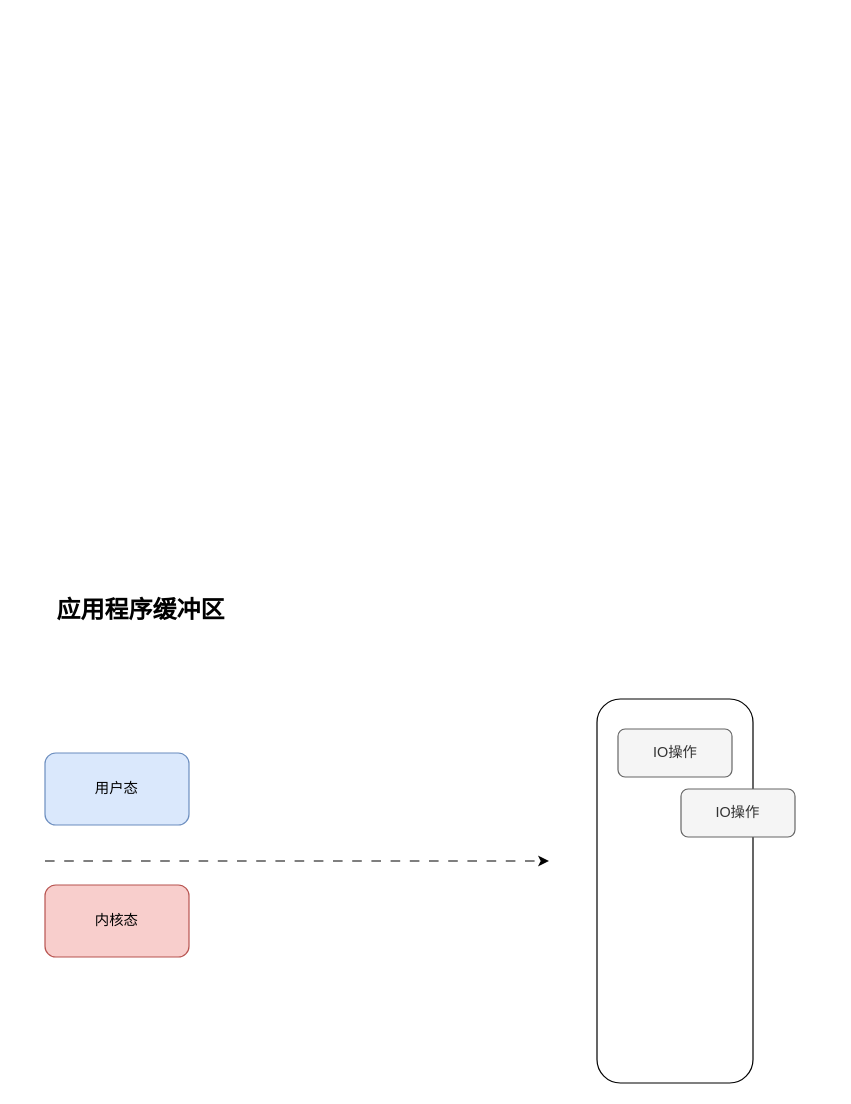
This is page "Page-1" (1 of 7) of 未命名绘图.drawio from nayouzhenai/java_web, a draw.io file, before an edit. Source tidied: cells renumbered, new cells numbered last; positions are measured from the earlier drawing's top-left corner, leaving out a move shared by most shapes. Both pictures are drawn from the tidied source at 120%, with x=0, y=0 at pixel (20, 584).
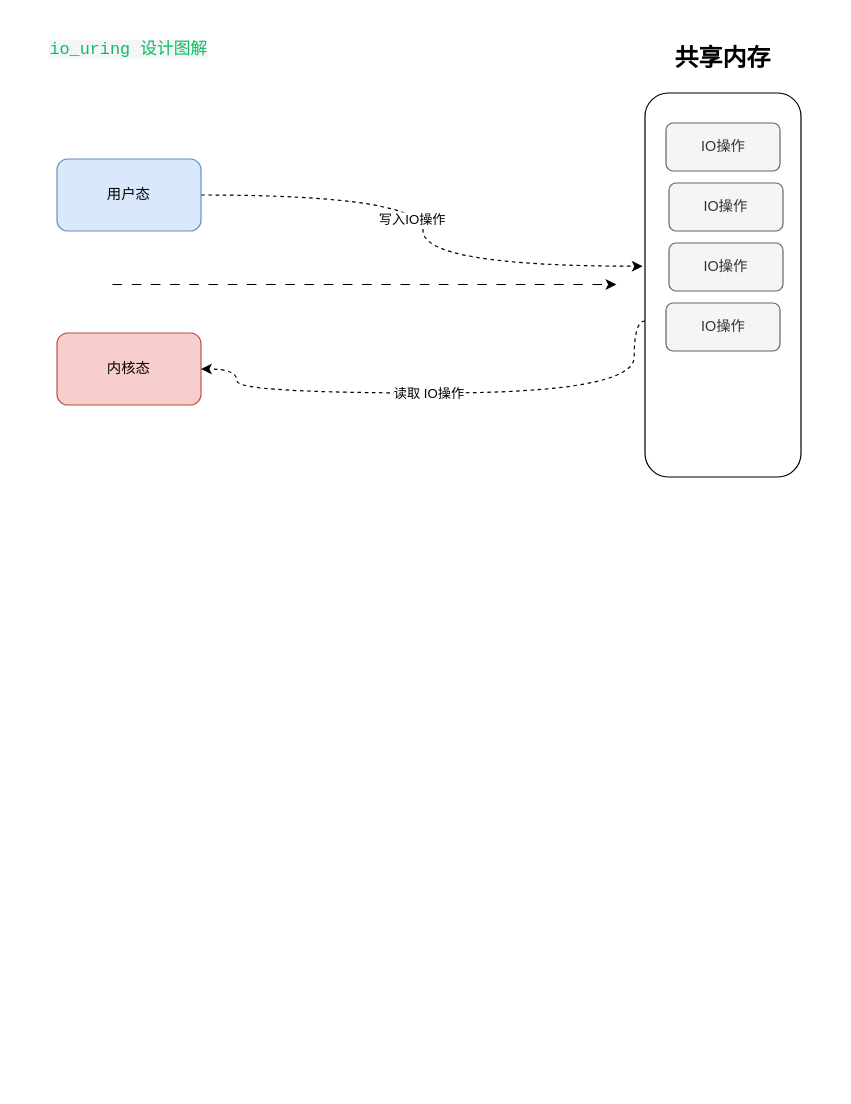
The same page after the edit.

Commit message (it also covers changes not shown here):
更新未命名绘图.drawio

The edit, as a diff of the source:
```diff
@@
 <mxGraphModel>
   <root>
     <mxCell id="0" />
     <mxCell id="1" parent="0" />
-    <mxCell id="2" value="应用程序缓冲区" style="text;html=1;strokeColor=none;fillColor=none;align=center;verticalAlign=middle;whiteSpace=wrap;rounded=0;fontSize=20;fontStyle=1;" parent="1" vertex="1">
-      <mxGeometry width="200" height="40" as="geometry" />
+    <mxCell id="2" value="共享内存" style="text;html=1;strokeColor=none;fillColor=none;align=center;verticalAlign=middle;whiteSpace=wrap;rounded=0;fontSize=20;fontStyle=1;" parent="1" vertex="1">
+      <mxGeometry x="496.2" y="-460" width="177.5" height="40" as="geometry" />
     </mxCell>
     <mxCell id="3" style="endArrow=classic;html=1;rounded=0;dashed=1;dashPattern=8 8;" parent="1" edge="1">
       <mxGeometry relative="1" as="geometry">
-        <mxPoint x="20" y="230" as="sourcePoint" />
-        <mxPoint x="440" y="230" as="targetPoint" />
+        <mxPoint x="76.2" y="-250.4" as="sourcePoint" />
+        <mxPoint x="496.2" y="-250.4" as="targetPoint" />
       </mxGeometry>
     </mxCell>
+    <mxCell id="9" style="edgeStyle=orthogonalEdgeStyle;rounded=0;jettySize=auto;html=1;exitX=1;exitY=0.5;exitDx=0;exitDy=0;entryX=-0.015;entryY=0.451;entryDx=0;entryDy=0;curved=1;entryPerimeter=0;dashed=1;" parent="1" edge="1" source="4" target="6">
+      <mxGeometry relative="1" as="geometry" />
+    </mxCell>
+    <mxCell id="10" value="写入IO操作" style="edgeLabel;html=1;align=center;verticalAlign=middle;" parent="9" vertex="1">
+      <mxGeometry x="-0.04" y="-10" relative="1" as="geometry" />
+    </mxCell>
     <mxCell id="4" value="用户态" style="rounded=1;whiteSpace=wrap;html=1;fillColor=#dae8fc;strokeColor=#6c8ebf;" parent="1" vertex="1">
-      <mxGeometry x="20" y="140" width="120" height="60" as="geometry" />
+      <mxGeometry x="30" y="-355" width="120" height="60" as="geometry" />
     </mxCell>
     <mxCell id="5" value="内核态" style="rounded=1;whiteSpace=wrap;html=1;fillColor=#f8cecc;strokeColor=#b85450;" parent="1" vertex="1">
-      <mxGeometry x="20" y="250" width="120" height="60" as="geometry" />
+      <mxGeometry x="30" y="-210" width="120" height="60" as="geometry" />
     </mxCell>
+    <mxCell id="11" style="edgeStyle=orthogonalEdgeStyle;rounded=0;jettySize=auto;html=1;entryX=1;entryY=0.5;entryDx=0;entryDy=0;curved=1;dashed=1;" parent="1" edge="1" target="5">
+      <mxGeometry relative="1" as="geometry">
+        <mxPoint x="520" y="-220" as="sourcePoint" />
+        <Array as="points">
+          <mxPoint x="511" y="-220" />
+          <mxPoint x="511" y="-160" />
+          <mxPoint x="180" y="-160" />
+          <mxPoint x="180" y="-180" />
+        </Array>
+      </mxGeometry>
+    </mxCell>
+    <mxCell id="12" value="读取 IO操作" style="edgeLabel;html=1;align=center;verticalAlign=middle;" parent="11" vertex="1">
+      <mxGeometry x="0.07" relative="1" as="geometry" />
+    </mxCell>
     <mxCell id="6" style="rounded=1;whiteSpace=wrap;html=1;" parent="1" vertex="1">
-      <mxGeometry x="480" y="95" width="130" height="320" as="geometry" />
+      <mxGeometry x="520" y="-410" width="130" height="320" as="geometry" />
     </mxCell>
     <mxCell id="7" value="IO操作" style="rounded=1;whiteSpace=wrap;html=1;fillColor=#f5f5f5;strokeColor=#666666;fontColor=#333333;" parent="1" vertex="1">
-      <mxGeometry x="497.5" y="120" width="95" height="40" as="geometry" />
+      <mxGeometry x="537.5" y="-385" width="95" height="40" as="geometry" />
     </mxCell>
     <mxCell id="8" value="IO操作" style="rounded=1;whiteSpace=wrap;html=1;fillColor=#f5f5f5;strokeColor=#666666;fontColor=#333333;" parent="1" vertex="1">
-      <mxGeometry x="550" y="170" width="95" height="40" as="geometry" />
+      <mxGeometry x="540" y="-335" width="95" height="40" as="geometry" />
     </mxCell>
+    <mxCell id="13" value="IO操作" style="rounded=1;whiteSpace=wrap;html=1;fillColor=#f5f5f5;strokeColor=#666666;fontColor=#333333;" parent="1" vertex="1">
+      <mxGeometry x="540" y="-285" width="95" height="40" as="geometry" />
+    </mxCell>
+    <mxCell id="14" value="IO操作" style="rounded=1;whiteSpace=wrap;html=1;fillColor=#f5f5f5;strokeColor=#666666;fontColor=#333333;" parent="1" vertex="1">
+      <mxGeometry x="537.5" y="-235" width="95" height="40" as="geometry" />
+    </mxCell>
+    <mxCell id="15" value="&lt;span style=&quot;color: rgb(10, 191, 91); font-family: Consolas, &amp;quot;Liberation Mono&amp;quot;, Menlo, Courier, &amp;quot;Microsoft Yahei&amp;quot;, monospace; font-size: 14px; font-weight: 400; text-align: start; white-space: pre-wrap; background-color: rgb(243, 245, 249);&quot;&gt;io_uring 设计图解&lt;/span&gt;" style="text;html=1;strokeColor=none;fillColor=none;align=center;verticalAlign=middle;whiteSpace=wrap;rounded=0;fontSize=20;fontStyle=1;" parent="1" vertex="1">
+      <mxGeometry x="1.2" y="-470" width="177.5" height="40" as="geometry" />
+    </mxCell>
   </root>
 </mxGraphModel>
```
